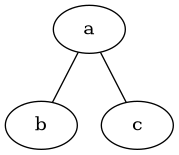
Above: Graph.gv.png in KING156454/NSI (Graphviz), before the change. Its source is kept beside it as Graph.gv.
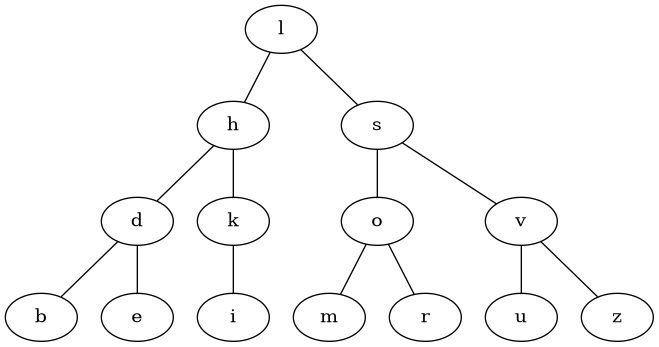
Later version of the same file.

What changed in the source:
```diff
@@ -1,4 +1,15 @@
 graph {
-	a -- b
-	a -- c
+	l -- h
+	h -- d
+	d -- b
+	d -- e
+	h -- k
+	k -- i
+	l -- s
+	s -- o
+	o -- m
+	o -- r
+	s -- v
+	v -- u
+	v -- z
 }
```
